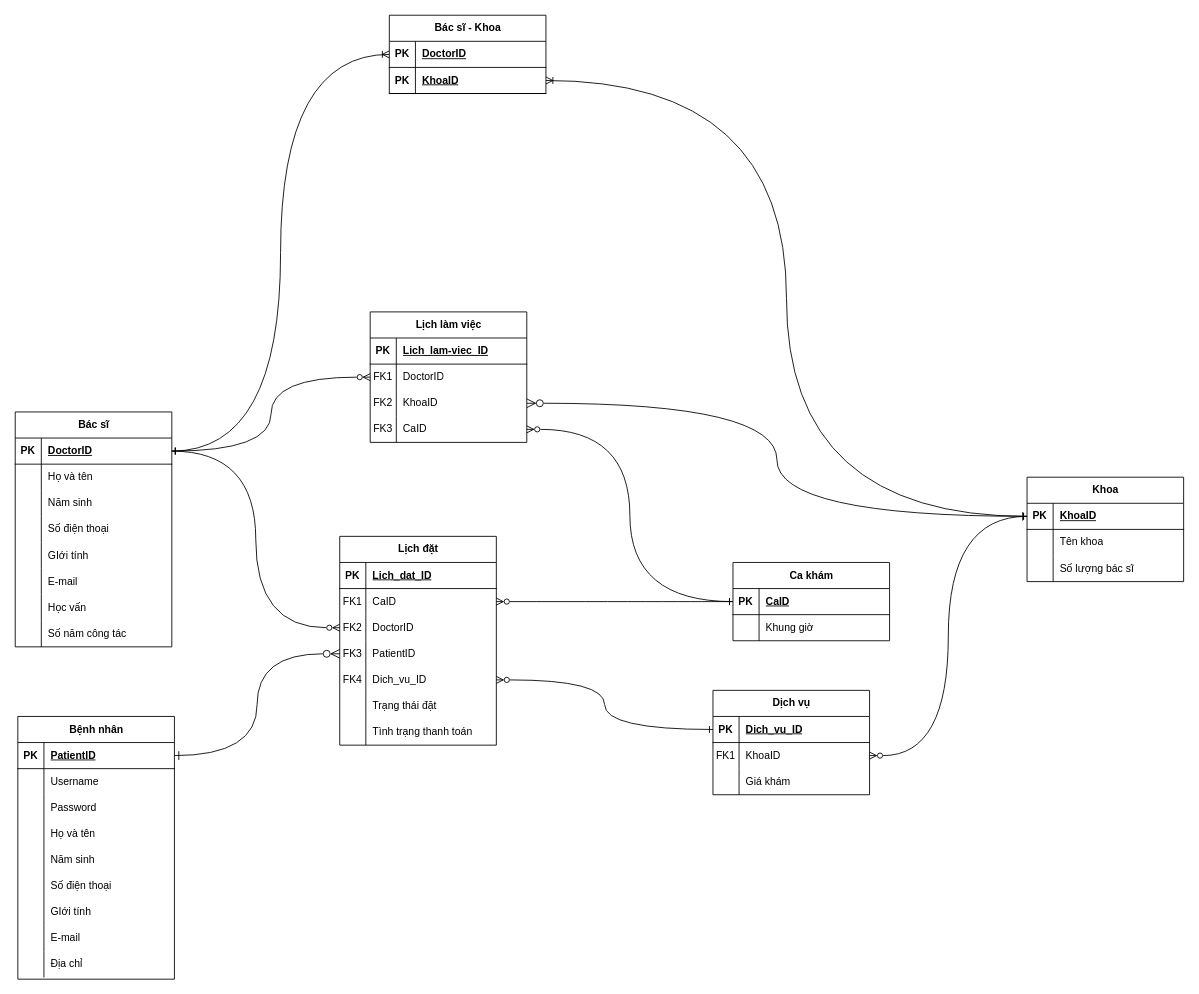
Before: Biểu đồ không có tiêu đề.drawio in ktoan911/Medical_scheduling_Web, a draw.io diagram. Source tidied: cells renumbered, new cells numbered last; positions are measured from the earlier drawing's top-left corner, leaving out a move shared by most shapes. Both pictures are drawn from the tidied source at 87%, with x=0, y=0 at pixel (15, 15).
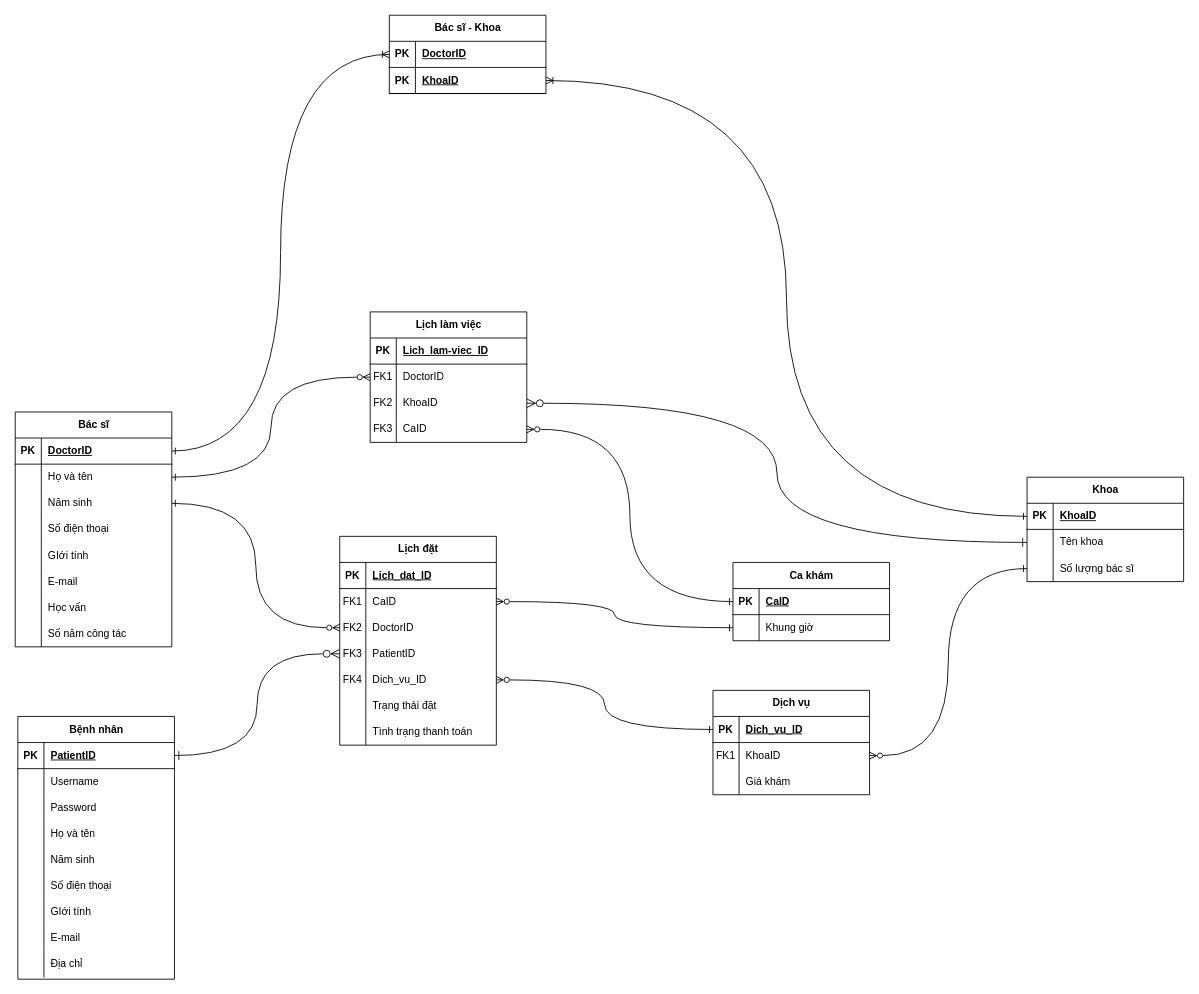
The same diagram, later.

Commit message:
Cập nhật Biểu đồ không có tiêu đề.drawio

The change refers to these unchanged cells:
```xml
<mxCell id="3" style="shape=tableRow;horizontal=0;startSize=0;swimlaneHead=0;swimlaneBody=0;fillColor=none;points=[[0,0.5],[1,0.5]];portConstraint=eastwest;top=0;left=0;right=0;bottom=1;" parent="2" vertex="1">
  <mxGeometry y="30" width="180" height="30" as="geometry" />
</mxCell>
<mxCell id="6" style="shape=tableRow;horizontal=0;startSize=0;swimlaneHead=0;swimlaneBody=0;fillColor=none;points=[[0,0.5],[1,0.5]];portConstraint=eastwest;top=0;left=0;right=0;bottom=0;" parent="2" vertex="1">
  <mxGeometry y="60" width="180" height="30" as="geometry" />
</mxCell>
<mxCell id="9" style="shape=tableRow;horizontal=0;startSize=0;swimlaneHead=0;swimlaneBody=0;fillColor=none;points=[[0,0.5],[1,0.5]];portConstraint=eastwest;top=0;left=0;right=0;bottom=0;" parent="2" vertex="1">
  <mxGeometry y="90" width="180" height="30" as="geometry" />
</mxCell>
<mxCell id="56" style="shape=tableRow;horizontal=0;startSize=0;swimlaneHead=0;swimlaneBody=0;fillColor=none;points=[[0,0.5],[1,0.5]];portConstraint=eastwest;top=0;left=0;right=0;bottom=1;" parent="55" vertex="1">
  <mxGeometry y="30" width="180" height="30" as="geometry" />
</mxCell>
<mxCell id="59" style="shape=tableRow;horizontal=0;startSize=0;swimlaneHead=0;swimlaneBody=0;fillColor=none;points=[[0,0.5],[1,0.5]];portConstraint=eastwest;top=0;left=0;right=0;bottom=0;" parent="55" vertex="1">
  <mxGeometry y="60" width="180" height="30" as="geometry" />
</mxCell>
<mxCell id="66" style="shape=tableRow;horizontal=0;startSize=0;swimlaneHead=0;swimlaneBody=0;fillColor=none;points=[[0,0.5],[1,0.5]];portConstraint=eastwest;top=0;left=0;right=0;bottom=0;" parent="62" vertex="1">
  <mxGeometry y="60" width="180" height="30" as="geometry" />
</mxCell>
<mxCell id="69" style="shape=tableRow;horizontal=0;startSize=0;swimlaneHead=0;swimlaneBody=0;fillColor=none;points=[[0,0.5],[1,0.5]];portConstraint=eastwest;top=0;left=0;right=0;bottom=0;" parent="62" vertex="1">
  <mxGeometry y="90" width="180" height="30" as="geometry" />
</mxCell>
<mxCell id="79" style="shape=tableRow;horizontal=0;startSize=0;swimlaneHead=0;swimlaneBody=0;fillColor=none;points=[[0,0.5],[1,0.5]];portConstraint=eastwest;top=0;left=0;right=0;bottom=0;" parent="75" vertex="1">
  <mxGeometry y="60" width="180" height="30" as="geometry" />
</mxCell>
<mxCell id="82" style="shape=tableRow;horizontal=0;startSize=0;swimlaneHead=0;swimlaneBody=0;fillColor=none;points=[[0,0.5],[1,0.5]];portConstraint=eastwest;top=0;left=0;right=0;bottom=0;" parent="75" vertex="1">
  <mxGeometry y="90" width="180" height="30" as="geometry" />
</mxCell>
<mxCell id="101" style="shape=tableRow;horizontal=0;startSize=0;swimlaneHead=0;swimlaneBody=0;fillColor=none;points=[[0,0.5],[1,0.5]];portConstraint=eastwest;top=0;left=0;right=0;bottom=0;" parent="97" vertex="1">
  <mxGeometry y="60" width="180" height="30" as="geometry" />
</mxCell>
<mxCell id="108" style="shape=tableRow;horizontal=0;startSize=0;swimlaneHead=0;swimlaneBody=0;fillColor=none;points=[[0,0.5],[1,0.5]];portConstraint=eastwest;top=0;left=0;right=0;bottom=1;" parent="107" vertex="1">
  <mxGeometry y="30" width="180" height="30" as="geometry" />
</mxCell>
<mxCell id="111" style="shape=tableRow;horizontal=0;startSize=0;swimlaneHead=0;swimlaneBody=0;fillColor=none;points=[[0,0.5],[1,0.5]];portConstraint=eastwest;top=0;left=0;right=0;bottom=0;" parent="107" vertex="1">
  <mxGeometry y="60" width="180" height="30" as="geometry" />
</mxCell>
<mxCell id="114" style="shape=tableRow;horizontal=0;startSize=0;swimlaneHead=0;swimlaneBody=0;fillColor=none;points=[[0,0.5],[1,0.5]];portConstraint=eastwest;top=0;left=0;right=0;bottom=0;" parent="107" vertex="1">
  <mxGeometry y="90" width="180" height="30" as="geometry" />
</mxCell>
```

Diff of the diagram source:
```diff
@@
-    <mxCell id="124" style="edgeStyle=orthogonalEdgeStyle;curved=1;rounded=0;jettySize=auto;html=1;exitX=0;exitY=0.5;exitDx=0;exitDy=0;entryX=1;entryY=0.5;entryDx=0;entryDy=0;fontSize=12;startSize=8;endSize=8;startArrow=ERone;startFill=0;endArrow=ERzeroToMany;endFill=0;" parent="1" edge="1" source="108" target="69">
+    <mxCell id="124" style="edgeStyle=orthogonalEdgeStyle;curved=1;rounded=0;jettySize=auto;html=1;exitX=0;exitY=0.5;exitDx=0;exitDy=0;entryX=1;entryY=0.5;entryDx=0;entryDy=0;fontSize=12;startSize=8;endSize=8;startArrow=ERone;startFill=0;endArrow=ERzeroToMany;endFill=0;" parent="1" edge="1" source="111" target="69">
       <mxGeometry relative="1" as="geometry" />
     </mxCell>
@@
-    <mxCell id="126" style="edgeStyle=orthogonalEdgeStyle;rounded=0;jettySize=auto;html=1;exitX=1;exitY=0.5;exitDx=0;exitDy=0;entryX=0;entryY=0.5;entryDx=0;entryDy=0;curved=1;startArrow=ERone;startFill=0;endArrow=ERzeroToMany;endFill=0;" parent="1" edge="1" source="3" target="82">
+    <mxCell id="126" style="edgeStyle=orthogonalEdgeStyle;rounded=0;jettySize=auto;html=1;exitX=1;exitY=0.5;exitDx=0;exitDy=0;entryX=0;entryY=0.5;entryDx=0;entryDy=0;curved=1;startArrow=ERone;startFill=0;endArrow=ERzeroToMany;endFill=0;" parent="1" edge="1" source="9" target="82">
       <mxGeometry relative="1" as="geometry" />
     </mxCell>
-    <mxCell id="127" style="edgeStyle=orthogonalEdgeStyle;rounded=0;jettySize=auto;html=1;exitX=0;exitY=0.5;exitDx=0;exitDy=0;startArrow=ERone;startFill=0;endArrow=ERzeroToMany;endFill=0;curved=1;" parent="1" edge="1" source="56" target="79">
+    <mxCell id="127" style="edgeStyle=orthogonalEdgeStyle;rounded=0;jettySize=auto;html=1;exitX=0;exitY=0.5;exitDx=0;exitDy=0;startArrow=ERone;startFill=0;endArrow=ERzeroToMany;endFill=0;curved=1;" parent="1" edge="1" source="59" target="79">
       <mxGeometry relative="1" as="geometry" />
     </mxCell>
@@
-    <mxCell id="129" style="edgeStyle=orthogonalEdgeStyle;rounded=0;jettySize=auto;html=1;exitX=1;exitY=0.5;exitDx=0;exitDy=0;entryX=0;entryY=0.5;entryDx=0;entryDy=0;curved=1;startArrow=ERone;startFill=0;endArrow=ERzeroToMany;endFill=0;" parent="1" edge="1" source="3" target="66">
+    <mxCell id="129" style="edgeStyle=orthogonalEdgeStyle;rounded=0;jettySize=auto;html=1;exitX=1;exitY=0.5;exitDx=0;exitDy=0;entryX=0;entryY=0.5;entryDx=0;entryDy=0;curved=1;startArrow=ERone;startFill=0;endArrow=ERzeroToMany;endFill=0;" parent="1" edge="1" source="6" target="66">
       <mxGeometry relative="1" as="geometry" />
     </mxCell>
@@
-    <mxCell id="132" style="edgeStyle=orthogonalEdgeStyle;rounded=0;jettySize=auto;html=1;exitX=0;exitY=0.5;exitDx=0;exitDy=0;entryX=1;entryY=0.5;entryDx=0;entryDy=0;curved=1;startArrow=ERone;startFill=0;endArrow=ERzeroToMany;endFill=0;" parent="1" edge="1" source="108" target="101">
+    <mxCell id="132" style="edgeStyle=orthogonalEdgeStyle;rounded=0;jettySize=auto;html=1;exitX=0;exitY=0.5;exitDx=0;exitDy=0;entryX=1;entryY=0.5;entryDx=0;entryDy=0;curved=1;startArrow=ERone;startFill=0;endArrow=ERzeroToMany;endFill=0;" parent="1" edge="1" source="114" target="101">
       <mxGeometry relative="1" as="geometry" />
     </mxCell>
```
